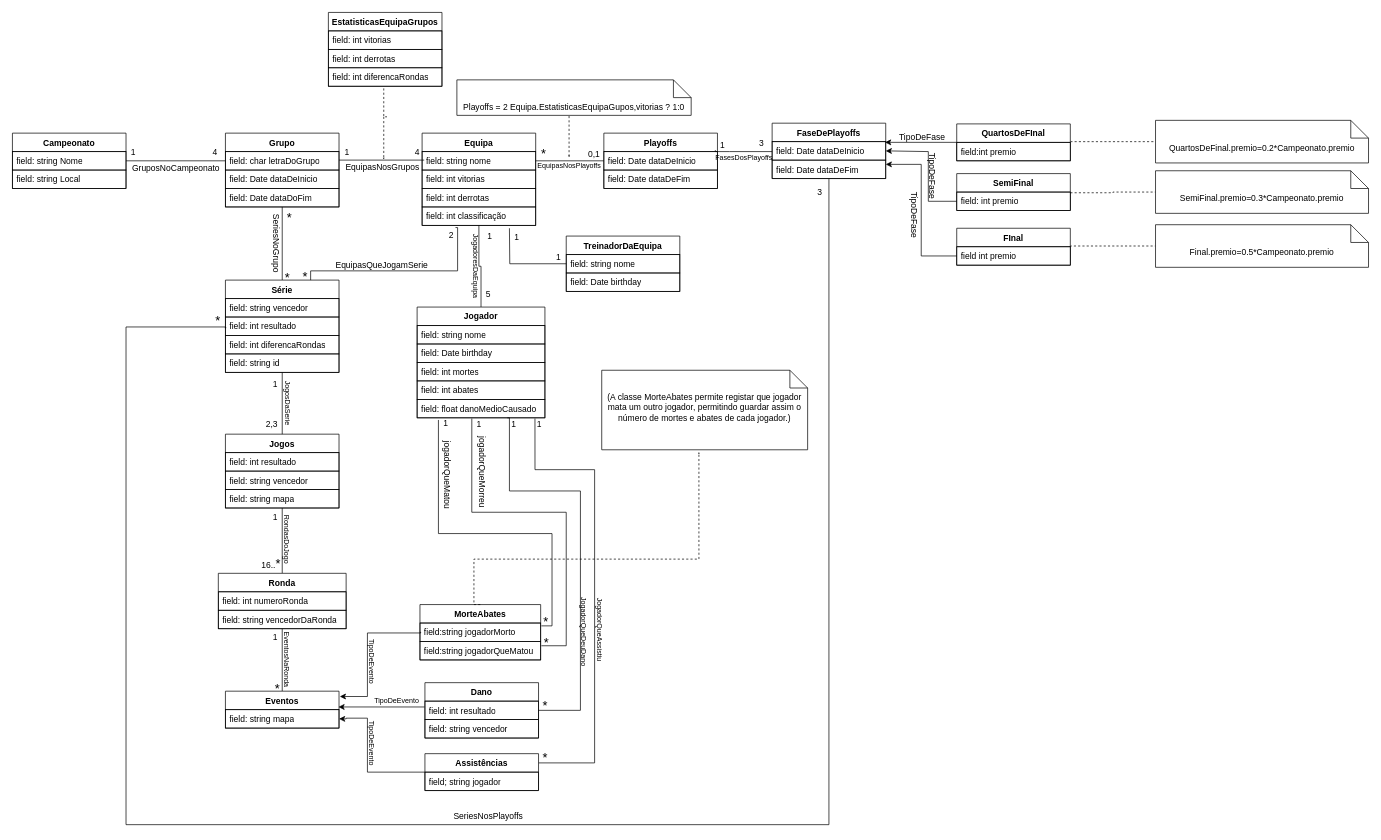
Before: CampeonatoCS.drawio in esperaumbocado/Project_BD, a draw.io diagram. Source tidied: cells renumbered, new cells numbered last; positions are measured from the earlier drawing's top-left corner, leaving out a move shared by most shapes. Both pictures are drawn from the tidied source at 71%, with x=0, y=0 at pixel (12, 12).
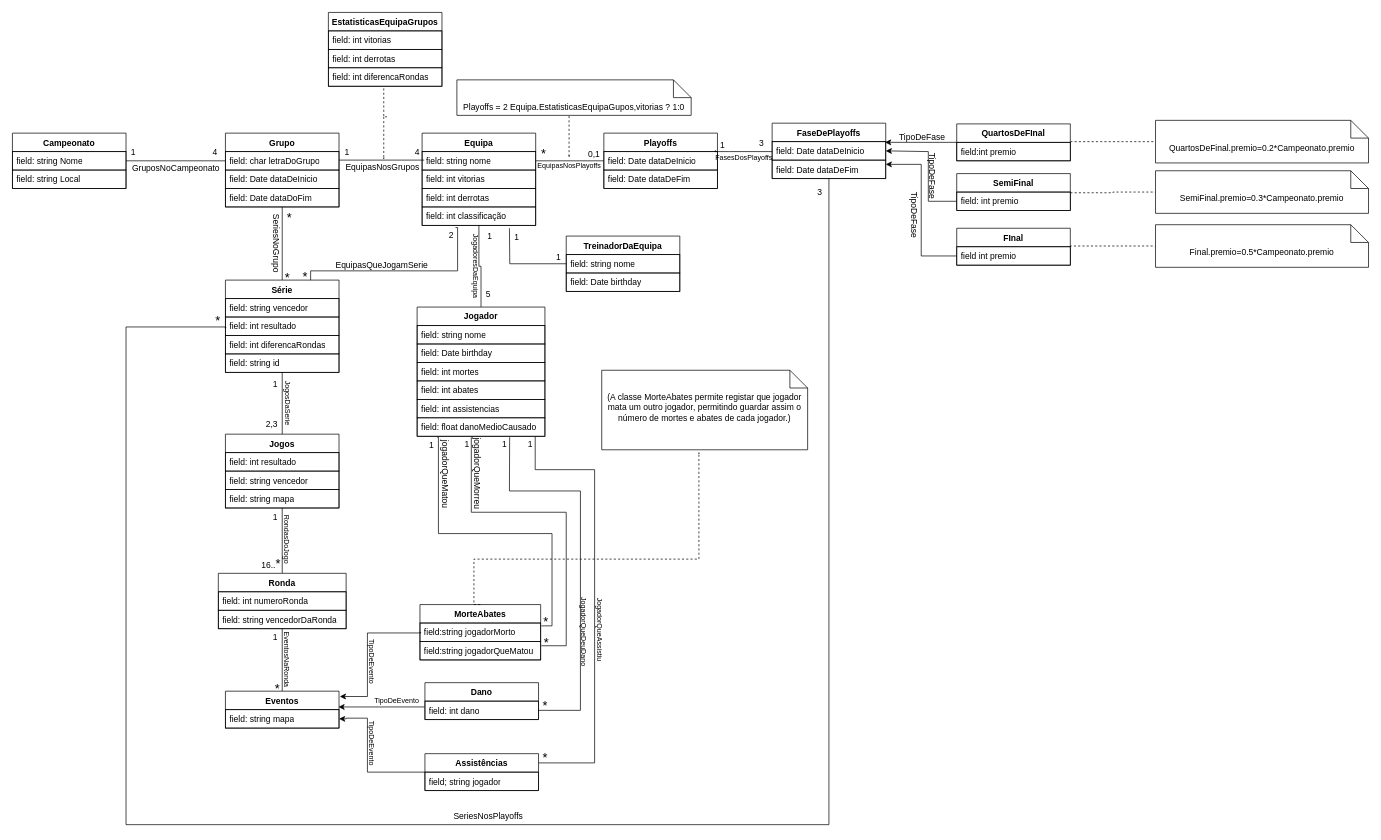
The same page after the edit.

Unchanged cells that the change refers to:
```xml
<mxCell id="65" value="field:string jogadorMorto" style="text;strokeColor=default;fillColor=none;align=left;verticalAlign=top;spacingLeft=4;spacingRight=4;overflow=hidden;points=[[0,0.5],[1,0.5]];portConstraint=eastwest;whiteSpace=wrap;html=1;" parent="64" vertex="1">
  <mxGeometry y="26" width="170" height="26" as="geometry" />
</mxCell>
<mxCell id="66" value="field:string jogadorQueMatou" style="text;strokeColor=default;fillColor=none;align=left;verticalAlign=top;spacingLeft=4;spacingRight=4;overflow=hidden;points=[[0,0.5],[1,0.5]];portConstraint=eastwest;whiteSpace=wrap;html=1;" parent="64" vertex="1">
  <mxGeometry y="52" width="170" height="26" as="geometry" />
</mxCell>
<mxCell id="72" value="field: string mapa" style="text;strokeColor=default;fillColor=none;align=left;verticalAlign=top;spacingLeft=4;spacingRight=4;overflow=hidden;points=[[0,0.5],[1,0.5]];portConstraint=eastwest;whiteSpace=wrap;html=1;" parent="71" vertex="1">
  <mxGeometry y="26" width="160" height="26" as="geometry" />
</mxCell>
<mxCell id="109" value="Assistências" style="swimlane;fontStyle=1;align=center;verticalAlign=top;horizontal=1;startSize=26;whiteSpace=wrap;html=1;" parent="1" vertex="1">
  <mxGeometry x="581" y="1044" width="160" height="52" as="geometry" />
</mxCell>
```

Change to the diagram source:
```diff
@@
-    <mxCell id="38" style="edgeStyle=orthogonalEdgeStyle;rounded=0;jettySize=auto;html=1;exitX=0.428;exitY=1.038;exitDx=0;exitDy=0;entryX=1.006;entryY=0.231;entryDx=0;entryDy=0;exitPerimeter=0;entryPerimeter=0;endSize=0;endArrow=none;endFill=0;" parent="1" edge="1" source="46" target="66">
+    <mxCell id="38" style="edgeStyle=orthogonalEdgeStyle;rounded=0;jettySize=auto;html=1;exitX=0.424;exitY=1.051;exitDx=0;exitDy=0;entryX=1.006;entryY=0.231;entryDx=0;entryDy=0;exitPerimeter=0;entryPerimeter=0;endSize=0;endArrow=none;endFill=0;" parent="1" edge="1" source="46" target="66">
       <mxGeometry relative="1" as="geometry">
         <Array as="points">
-          <mxPoint x="647" y="704" />
+          <mxPoint x="646" y="704" />
           <mxPoint x="780" y="704" />
           <mxPoint x="780" y="892" />
         </Array>
       </mxGeometry>
     </mxCell>
-    <mxCell id="39" style="edgeStyle=orthogonalEdgeStyle;rounded=0;jettySize=auto;html=1;exitX=0.706;exitY=1;exitDx=0;exitDy=0;entryX=1;entryY=0.5;entryDx=0;entryDy=0;endSize=0;exitPerimeter=0;startArrow=none;startFill=0;endArrow=none;endFill=0;" parent="1" edge="1" source="46" target="68">
+    <mxCell id="39" style="edgeStyle=orthogonalEdgeStyle;rounded=0;jettySize=auto;html=1;exitX=0.724;exitY=1.051;exitDx=0;exitDy=0;entryX=1;entryY=0.5;entryDx=0;entryDy=0;endSize=0;exitPerimeter=0;startArrow=none;startFill=0;endArrow=none;endFill=0;" parent="1" edge="1" source="46">
       <mxGeometry relative="1" as="geometry">
+        <mxPoint x="741" y="983" as="targetPoint" />
         <Array as="points">
-          <mxPoint x="700" y="571" />
+          <mxPoint x="700" y="604" />
           <mxPoint x="700" y="674" />
           <mxPoint x="800" y="674" />
           <mxPoint x="800" y="983" />
         </Array>
       </mxGeometry>
     </mxCell>
-    <mxCell id="40" style="edgeStyle=orthogonalEdgeStyle;rounded=0;jettySize=auto;html=1;exitX=0.922;exitY=1.038;exitDx=0;exitDy=0;entryX=1;entryY=0.25;entryDx=0;entryDy=0;endSize=0;exitPerimeter=0;endArrow=none;endFill=0;" parent="1" edge="1" source="46" target="109">
+    <mxCell id="40" style="edgeStyle=orthogonalEdgeStyle;rounded=0;jettySize=auto;html=1;exitX=0.924;exitY=1.02;exitDx=0;exitDy=0;entryX=1;entryY=0.25;entryDx=0;entryDy=0;endSize=0;exitPerimeter=0;endArrow=none;endFill=0;" parent="1" edge="1" source="46" target="109">
       <mxGeometry relative="1" as="geometry">
         <Array as="points">
           <mxPoint x="736" y="644" />
           <mxPoint x="820" y="644" />
           <mxPoint x="820" y="1057" />
         </Array>
       </mxGeometry>
     </mxCell>
     <mxCell id="41" value="Jogador" style="swimlane;fontStyle=1;align=center;verticalAlign=top;horizontal=1;startSize=26;whiteSpace=wrap;html=1;" parent="1" vertex="1">
-      <mxGeometry x="570" y="415" width="180" height="156" as="geometry" />
+      <mxGeometry x="570" y="415" width="180" height="182" as="geometry" />
     </mxCell>
@@
+    <mxCell id="148" value="field: int assistencias" style="text;strokeColor=default;fillColor=none;align=left;verticalAlign=top;spacingLeft=4;spacingRight=4;overflow=hidden;whiteSpace=wrap;html=1;" parent="41" vertex="1">
+      <mxGeometry y="130" width="180" height="26" as="geometry" />
+    </mxCell>
     <mxCell id="46" value="field: float danoMedioCausado" style="text;strokeColor=default;fillColor=none;align=left;verticalAlign=top;spacingLeft=4;spacingRight=4;overflow=hidden;points=[[0,0.5],[1,0.5]];portConstraint=eastwest;whiteSpace=wrap;html=1;" parent="41" vertex="1">
-      <mxGeometry y="130" width="180" height="26" as="geometry" />
+      <mxGeometry y="156" width="180" height="26" as="geometry" />
     </mxCell>
@@
     <mxCell id="67" value="Dano" style="swimlane;fontStyle=1;align=center;verticalAlign=top;horizontal=1;startSize=26;whiteSpace=wrap;html=1;" parent="1" vertex="1">
-      <mxGeometry x="581" y="944" width="160" height="78" as="geometry" />
+      <mxGeometry x="581" y="944" width="160" height="52" as="geometry" />
     </mxCell>
-    <mxCell id="68" value="field: int resultado" style="text;strokeColor=default;fillColor=none;align=left;verticalAlign=top;spacingLeft=4;spacingRight=4;overflow=hidden;points=[[0,0.5],[1,0.5]];portConstraint=eastwest;whiteSpace=wrap;html=1;" parent="67" vertex="1">
-      <mxGeometry y="26" width="160" height="26" as="geometry" />
-    </mxCell>
-    <mxCell id="69" value="field: string vencedor" style="text;strokeColor=default;fillColor=none;align=left;verticalAlign=top;spacingLeft=4;spacingRight=4;overflow=hidden;whiteSpace=wrap;html=1;" parent="67" vertex="1">
-      <mxGeometry y="52" width="160" height="26" as="geometry" />
+    <mxCell id="69" value="&lt;div&gt;field: int dano&lt;/div&gt;" style="text;strokeColor=default;fillColor=none;align=left;verticalAlign=top;spacingLeft=4;spacingRight=4;overflow=hidden;whiteSpace=wrap;html=1;" parent="67" vertex="1">
+      <mxGeometry y="26" width="160" height="26" as="geometry" />
     </mxCell>
@@
-    <mxCell id="73" style="edgeStyle=orthogonalEdgeStyle;rounded=0;jettySize=auto;html=1;exitX=-0.003;exitY=0.317;exitDx=0;exitDy=0;entryX=0.995;entryY=-0.145;entryDx=0;entryDy=0;entryPerimeter=0;exitPerimeter=0;" parent="1" edge="1" source="68" target="72">
-      <mxGeometry relative="1" as="geometry" />
+    <mxCell id="73" style="edgeStyle=orthogonalEdgeStyle;rounded=0;jettySize=auto;html=1;exitX=-0.003;exitY=0.317;exitDx=0;exitDy=0;entryX=0.995;entryY=-0.145;entryDx=0;entryDy=0;entryPerimeter=0;exitPerimeter=0;" parent="1" edge="1" target="72">
+      <mxGeometry relative="1" as="geometry">
+        <mxPoint x="580.5" y="978.2" as="sourcePoint" />
+        <Array as="points">
+          <mxPoint x="550" y="978" />
+          <mxPoint x="550" y="978" />
+        </Array>
+      </mxGeometry>
     </mxCell>
-    <mxCell id="74" style="edgeStyle=orthogonalEdgeStyle;rounded=0;jettySize=auto;html=1;entryX=1.006;entryY=0.154;entryDx=0;entryDy=0;entryPerimeter=0;endSize=0;strokeWidth=1;startSize=6;endArrow=none;endFill=0;" parent="1" edge="1" target="65">
+    <mxCell id="74" style="edgeStyle=orthogonalEdgeStyle;rounded=0;jettySize=auto;html=1;entryX=1.006;entryY=0.154;entryDx=0;entryDy=0;entryPerimeter=0;endSize=0;strokeWidth=1;startSize=6;endArrow=none;endFill=0;exitX=0.157;exitY=1.051;exitDx=0;exitDy=0;exitPerimeter=0;" parent="1" edge="1" source="46" target="65">
       <mxGeometry relative="1" as="geometry">
-        <mxPoint x="600" y="574" as="sourcePoint" />
         <Array as="points">
+          <mxPoint x="600" y="598" />
           <mxPoint x="600" y="734" />
           <mxPoint x="760" y="734" />
           <mxPoint x="760" y="864" />
         </Array>
       </mxGeometry>
     </mxCell>
     <mxCell id="75" value="&lt;div&gt;jogadorQueMorreu&lt;/div&gt;" style="text;html=1;align=center;verticalAlign=middle;strokeColor=none;fillColor=none;rotation=90;" parent="1" vertex="1">
-      <mxGeometry x="601" y="632" width="120" height="30" as="geometry" />
+      <mxGeometry x="594" y="634" width="120" height="30" as="geometry" />
     </mxCell>
     <mxCell id="76" value="jogadorQueMatou" style="text;html=1;align=center;verticalAlign=middle;strokeColor=none;fillColor=none;rotation=90;" parent="1" vertex="1">
-      <mxGeometry x="552" y="636" width="120" height="30" as="geometry" />
+      <mxGeometry x="549" y="635" width="120" height="30" as="geometry" />
     </mxCell>
     <mxCell id="77" value="1" style="text;html=1;align=center;verticalAlign=middle;strokeColor=none;fillColor=none;" parent="1" vertex="1">
-      <mxGeometry x="595" y="564" width="30" height="30" as="geometry" />
+      <mxGeometry x="625" y="594" width="30" height="30" as="geometry" />
     </mxCell>
     <mxCell id="78" value="1" style="text;html=1;align=center;verticalAlign=middle;strokeColor=none;fillColor=none;" parent="1" vertex="1">
-      <mxGeometry x="642" y="565" width="30" height="30" as="geometry" />
+      <mxGeometry x="678" y="594" width="30" height="30" as="geometry" />
     </mxCell>
-    <mxCell id="79" value="1" style="text;html=1;align=center;verticalAlign=middle;strokeColor=none;fillColor=none;" parent="1" vertex="1">
-      <mxGeometry x="727" y="566" width="30" height="30" as="geometry" />
-    </mxCell>
@@
     <mxCell id="111" value="1" style="text;html=1;align=center;verticalAlign=middle;strokeColor=none;fillColor=none;" parent="1" vertex="1">
-      <mxGeometry x="691" y="566" width="30" height="30" as="geometry" />
+      <mxGeometry x="575" y="595" width="30" height="30" as="geometry" />
     </mxCell>
@@
+    <mxCell id="79" value="1" style="text;html=1;align=center;verticalAlign=middle;strokeColor=none;fillColor=none;" parent="1" vertex="1">
+      <mxGeometry x="714" y="593" width="30" height="30" as="geometry" />
+    </mxCell>
```
